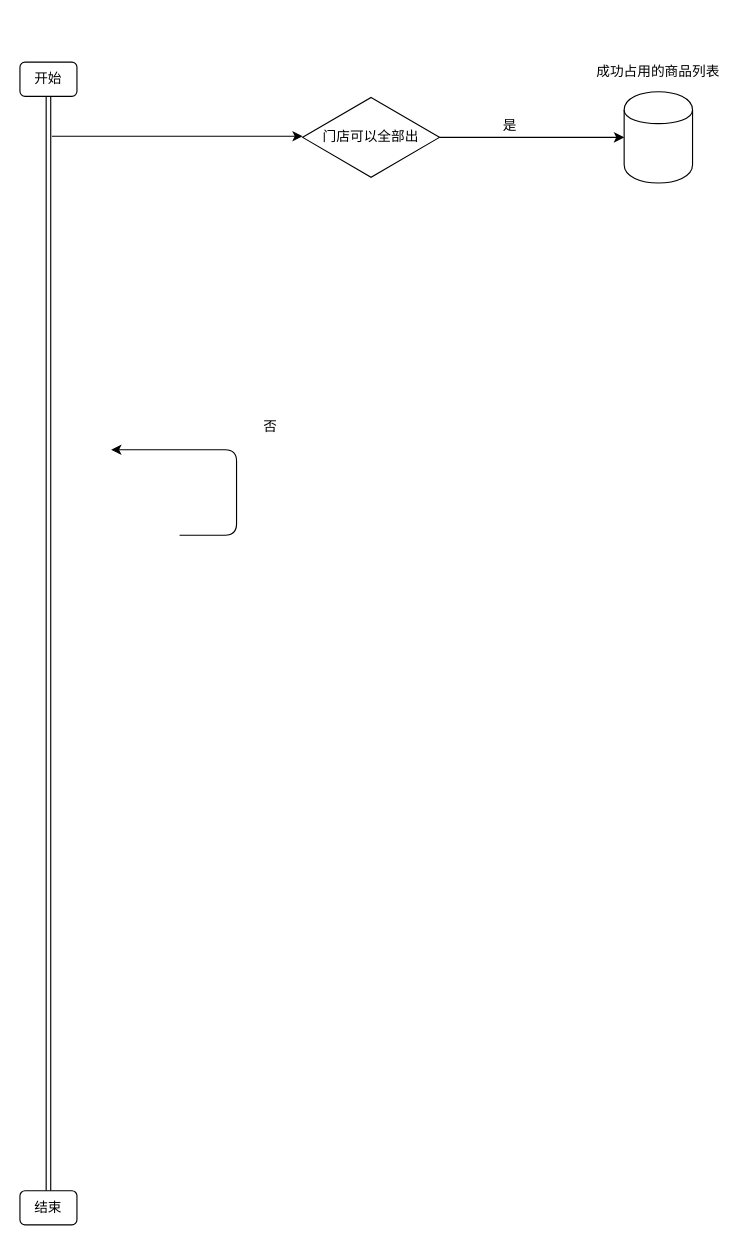
Earlier version of the draw.io diagram Untitled Diagram.drawio (zhongss404/flow). Source tidied: cells renumbered, new cells numbered last; positions are measured from the earlier drawing's top-left corner, leaving out a move shared by most shapes. Both pictures are drawn from the tidied source at 114%, with x=0, y=0 at pixel (19, 60).
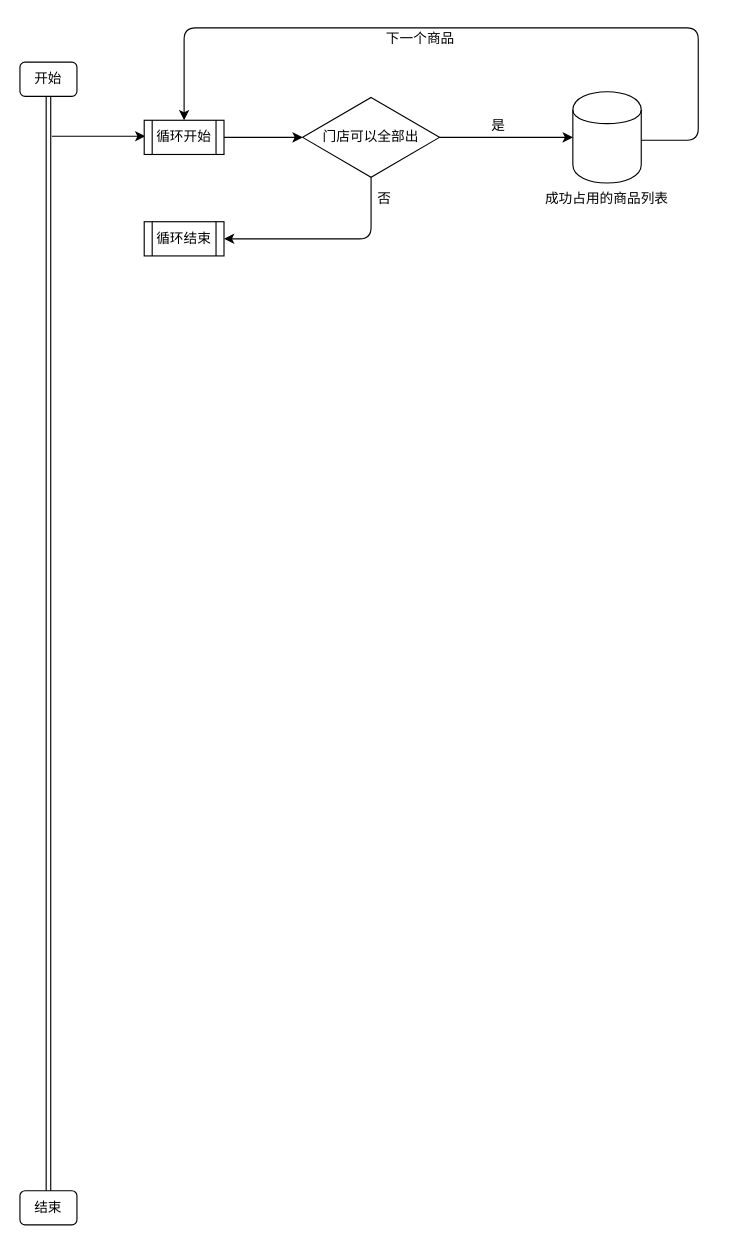
After the change.

Unchanged cells that the change refers to:
```xml
<mxCell id="2" value="门店可以全部出" style="rhombus;whiteSpace=wrap;html=1;" parent="1" vertex="1">
  <mxGeometry x="248" y="32" width="120" height="70" as="geometry" />
</mxCell>
```

What changed in the source:
```diff
@@
     <mxCell id="5" value="是" style="text;html=1;strokeColor=none;fillColor=none;align=center;verticalAlign=middle;whiteSpace=wrap;rounded=0;" parent="1" vertex="1">
-      <mxGeometry x="410" y="47" width="40" height="20" as="geometry" />
+      <mxGeometry x="400" y="47" width="40" height="20" as="geometry" />
     </mxCell>
-    <mxCell id="6" style="endArrow=classic;html=1;" parent="1" edge="1">
+    <mxCell id="6" style="endArrow=classic;html=1;entryX=0.5;entryY=0;entryDx=0;entryDy=0;" parent="1" edge="1" target="13">
       <mxGeometry relative="1" as="geometry">
-        <mxPoint x="140" y="416" as="sourcePoint" />
-        <mxPoint x="80" y="341" as="targetPoint" />
+        <mxPoint x="545" y="69.5" as="sourcePoint" />
         <Array as="points">
-          <mxPoint x="190" y="416" />
-          <mxPoint x="190" y="341" />
+          <mxPoint x="595" y="69.5" />
+          <mxPoint x="595" y="-29" />
+          <mxPoint x="144" y="-29" />
         </Array>
       </mxGeometry>
     </mxCell>
     <mxCell id="7" value="否" style="text;html=1;strokeColor=none;fillColor=none;align=center;verticalAlign=middle;whiteSpace=wrap;rounded=0;" parent="1" vertex="1">
-      <mxGeometry x="200" y="311" width="40" height="20" as="geometry" />
+      <mxGeometry x="300" y="111" width="40" height="20" as="geometry" />
     </mxCell>
@@
     <mxCell id="9" style="endArrow=classic;html=1;" parent="1" edge="1">
       <mxGeometry relative="1" as="geometry">
         <mxPoint x="28" y="66" as="sourcePoint" />
-        <mxPoint x="248" y="66" as="targetPoint" />
+        <mxPoint x="110" y="66" as="targetPoint" />
       </mxGeometry>
     </mxCell>
     <mxCell id="10" style="shape=cylinder;whiteSpace=wrap;html=1;boundedLbl=1;backgroundOutline=1;" parent="1" vertex="1">
-      <mxGeometry x="530" y="27" width="60" height="80" as="geometry" />
+      <mxGeometry x="485" y="27" width="60" height="80" as="geometry" />
     </mxCell>
@@
     <mxCell id="12" value="成功占用的商品列表" style="text;html=1;strokeColor=none;fillColor=none;align=center;verticalAlign=middle;whiteSpace=wrap;rounded=0;" parent="1" vertex="1">
-      <mxGeometry x="495" width="130" height="20" as="geometry" />
+      <mxGeometry x="450" y="111" width="130" height="20" as="geometry" />
     </mxCell>
+    <mxCell id="13" value="循环开始" style="shape=process;whiteSpace=wrap;html=1;backgroundOutline=1;" parent="1" vertex="1">
+      <mxGeometry x="109" y="52" width="70" height="30" as="geometry" />
+    </mxCell>
+    <mxCell id="14" value="循环结束" style="shape=process;whiteSpace=wrap;html=1;backgroundOutline=1;" parent="1" vertex="1">
+      <mxGeometry x="109" y="141" width="70" height="30" as="geometry" />
+    </mxCell>
+    <mxCell id="15" style="endArrow=classic;html=1;entryX=0;entryY=0.5;entryDx=0;entryDy=0;" parent="1" edge="1" target="2">
+      <mxGeometry relative="1" as="geometry">
+        <mxPoint x="179" y="67" as="sourcePoint" />
+      </mxGeometry>
+    </mxCell>
+    <mxCell id="16" value="下一个商品" style="text;html=1;strokeColor=none;fillColor=none;align=center;verticalAlign=middle;whiteSpace=wrap;rounded=0;" parent="1" vertex="1">
+      <mxGeometry x="313" y="-29" width="77" height="20" as="geometry" />
+    </mxCell>
+    <mxCell id="17" style="endArrow=classic;html=1;exitX=0.5;exitY=1;exitDx=0;exitDy=0;entryX=1;entryY=0.5;entryDx=0;entryDy=0;" parent="1" edge="1" source="2" target="14">
+      <mxGeometry relative="1" as="geometry">
+        <Array as="points">
+          <mxPoint x="308" y="156" />
+        </Array>
+      </mxGeometry>
+    </mxCell>
```
